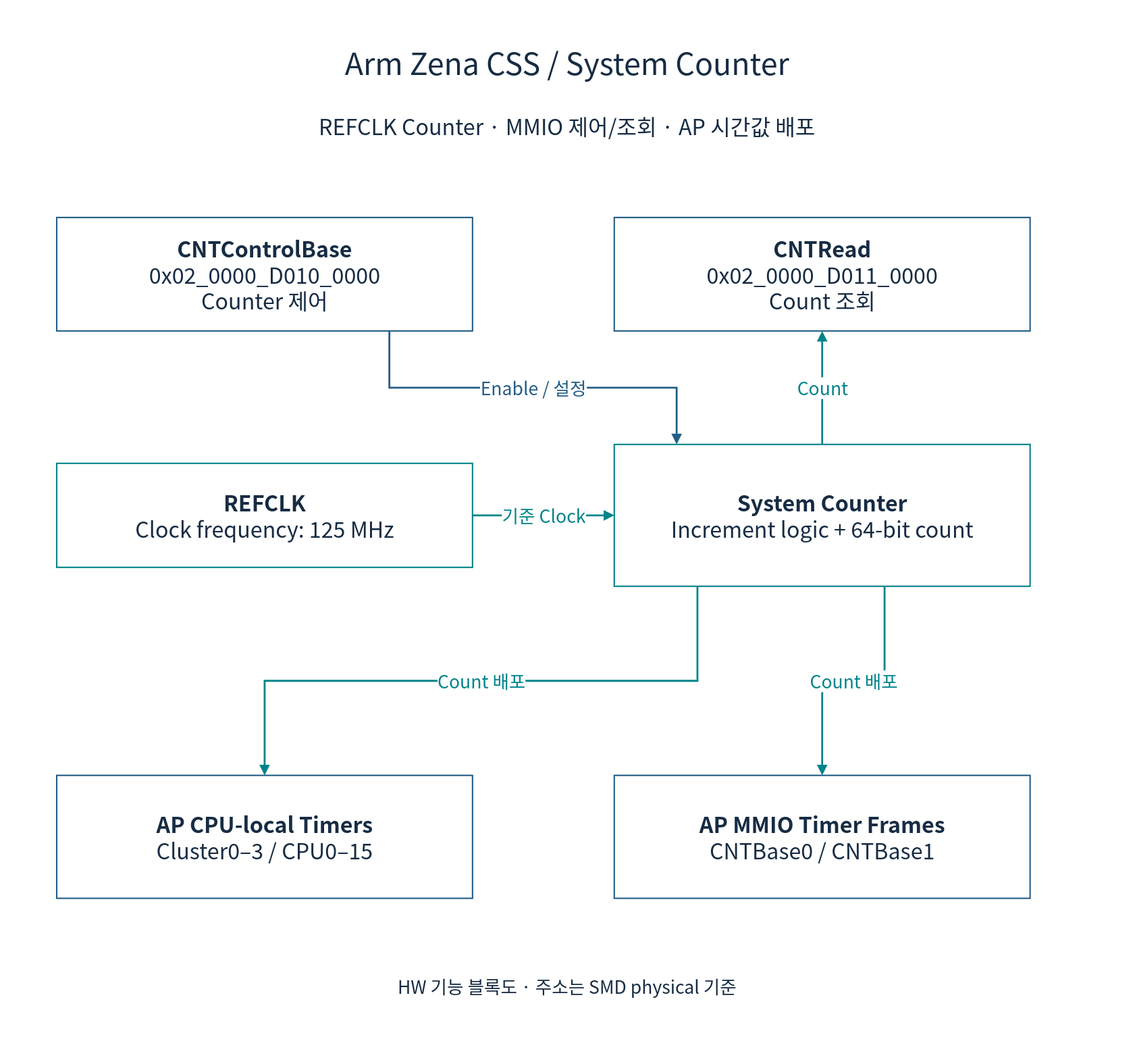
This is doc/phase1/timer/diagrams/01b-ap-counter.drawio.svg from cometzero/project-apollo, a draw.io export, as it was before one commit. Source tidied: cells renumbered, new cells last; positions are measured from the earlier drawing's top-left corner, leaving out a move shared by most shapes.
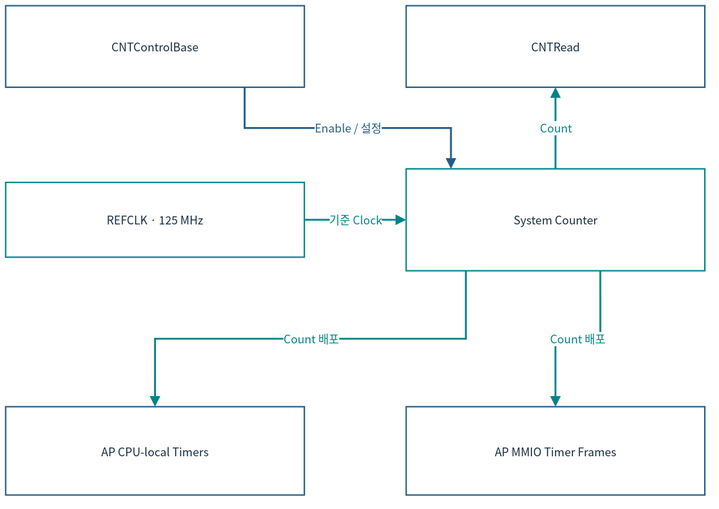
After the commit.

What changed in the source:
```diff
@@ -2,50 +2,38 @@
   <root>
     <mxCell id="0" />
     <mxCell id="1" parent="0" />
-    <mxCell id="2" style="rounded=0;whiteSpace=wrap;html=1;fillColor=#FFFFFF;strokeColor=none;fontColor=#172C43;fontFamily=Noto Sans CJK KR;fontSize=23;spacing=12;strokeWidth=1.5;" parent="1" vertex="1">
-      <mxGeometry width="1200" height="1120" as="geometry" />
-    </mxCell>
-    <mxCell id="3" value="Arm Zena CSS / System Counter" style="rounded=0;whiteSpace=wrap;html=1;fillColor=#FFFFFF;strokeColor=none;fontColor=#172C43;fontFamily=Noto Sans CJK KR;fontSize=23;spacing=12;strokeWidth=1.5;fontSize=32;" parent="1" vertex="1">
-      <mxGeometry x="50" y="35" width="1100" height="60" as="geometry" />
-    </mxCell>
-    <mxCell id="4" value="REFCLK Counter · MMIO 제어/조회 · AP 시간값 배포" style="rounded=0;whiteSpace=wrap;html=1;fillColor=#FFFFFF;strokeColor=none;fontColor=#172C43;fontFamily=Noto Sans CJK KR;fontSize=23;spacing=12;strokeWidth=1.5;" parent="1" vertex="1">
-      <mxGeometry x="50" y="110" width="1100" height="45" as="geometry" />
-    </mxCell>
-    <mxCell id="5" value="&lt;b&gt;CNTControlBase&lt;/b&gt;&lt;br&gt;0x02_0000_D010_0000&lt;br&gt;Counter 제어" style="rounded=0;whiteSpace=wrap;html=1;fillColor=#FFFFFF;strokeColor=#235D86;fontColor=#172C43;fontFamily=Noto Sans CJK KR;fontSize=23;spacing=12;strokeWidth=1.5;" parent="1" vertex="1">
-      <mxGeometry x="60" y="230" width="440" height="120" as="geometry" />
+    <mxCell id="5" value="CNTControlBase" style="rounded=0;whiteSpace=wrap;html=1;fillColor=#FFFFFF;strokeColor=#235D86;fontColor=#172C43;fontFamily=Noto Sans CJK KR;strokeWidth=1.5;fontSize=12;spacing=3;whiteSpace=wrap;" parent="1" vertex="1">
+      <mxGeometry x="12" y="12" width="316.1" height="86.2" as="geometry" />
     </mxCell>
-    <mxCell id="6" value="&lt;b&gt;CNTRead&lt;/b&gt;&lt;br&gt;0x02_0000_D011_0000&lt;br&gt;Count 조회" style="rounded=0;whiteSpace=wrap;html=1;fillColor=#FFFFFF;strokeColor=#235D86;fontColor=#172C43;fontFamily=Noto Sans CJK KR;fontSize=23;spacing=12;strokeWidth=1.5;" parent="1" vertex="1">
-      <mxGeometry x="650" y="230" width="440" height="120" as="geometry" />
+    <mxCell id="6" value="CNTRead" style="rounded=0;whiteSpace=wrap;html=1;fillColor=#FFFFFF;strokeColor=#235D86;fontColor=#172C43;fontFamily=Noto Sans CJK KR;strokeWidth=1.5;fontSize=12;spacing=3;whiteSpace=wrap;" parent="1" vertex="1">
+      <mxGeometry x="435.9" y="12" width="316.1" height="86.2" as="geometry" />
     </mxCell>
-    <mxCell id="7" value="&lt;b&gt;REFCLK&lt;/b&gt;&lt;br&gt;Clock frequency: 125 MHz" style="rounded=0;whiteSpace=wrap;html=1;fillColor=#FFFFFF;strokeColor=#00838A;fontColor=#172C43;fontFamily=Noto Sans CJK KR;fontSize=23;spacing=12;strokeWidth=1.5;" parent="1" vertex="1">
-      <mxGeometry x="60" y="490" width="440" height="110" as="geometry" />
+    <mxCell id="7" value="REFCLK · 125 MHz" style="rounded=0;whiteSpace=wrap;html=1;fillColor=#FFFFFF;strokeColor=#00838A;fontColor=#172C43;fontFamily=Noto Sans CJK KR;strokeWidth=1.5;fontSize=12;spacing=3;whiteSpace=wrap;" parent="1" vertex="1">
+      <mxGeometry x="12" y="198.8" width="316.1" height="79" as="geometry" />
     </mxCell>
-    <mxCell id="8" value="&lt;b&gt;System Counter&lt;/b&gt;&lt;br&gt;Increment logic + 64-bit count" style="rounded=0;whiteSpace=wrap;html=1;fillColor=#FFFFFF;strokeColor=#00838A;fontColor=#172C43;fontFamily=Noto Sans CJK KR;fontSize=23;spacing=12;strokeWidth=1.5;" parent="1" vertex="1">
-      <mxGeometry x="650" y="470" width="440" height="150" as="geometry" />
+    <mxCell id="8" value="System Counter" style="rounded=0;whiteSpace=wrap;html=1;fillColor=#FFFFFF;strokeColor=#00838A;fontColor=#172C43;fontFamily=Noto Sans CJK KR;strokeWidth=1.5;fontSize=12;spacing=3;whiteSpace=wrap;" parent="1" vertex="1">
+      <mxGeometry x="435.9" y="184.4" width="316.1" height="107.8" as="geometry" />
     </mxCell>
-    <mxCell id="9" value="&lt;b&gt;AP CPU-local Timers&lt;/b&gt;&lt;br&gt;Cluster0–3 / CPU0–15" style="rounded=0;whiteSpace=wrap;html=1;fillColor=#FFFFFF;strokeColor=#235D86;fontColor=#172C43;fontFamily=Noto Sans CJK KR;fontSize=23;spacing=12;strokeWidth=1.5;" parent="1" vertex="1">
-      <mxGeometry x="60" y="820" width="440" height="130" as="geometry" />
+    <mxCell id="9" value="AP CPU-local Timers" style="rounded=0;whiteSpace=wrap;html=1;fillColor=#FFFFFF;strokeColor=#235D86;fontColor=#172C43;fontFamily=Noto Sans CJK KR;strokeWidth=1.5;fontSize=12;spacing=3;whiteSpace=wrap;" parent="1" vertex="1">
+      <mxGeometry x="12" y="435.9" width="316.1" height="93.4" as="geometry" />
     </mxCell>
-    <mxCell id="10" value="&lt;b&gt;AP MMIO Timer Frames&lt;/b&gt;&lt;br&gt;CNTBase0 / CNTBase1" style="rounded=0;whiteSpace=wrap;html=1;fillColor=#FFFFFF;strokeColor=#235D86;fontColor=#172C43;fontFamily=Noto Sans CJK KR;fontSize=23;spacing=12;strokeWidth=1.5;" parent="1" vertex="1">
-      <mxGeometry x="650" y="820" width="440" height="130" as="geometry" />
+    <mxCell id="10" value="AP MMIO Timer Frames" style="rounded=0;whiteSpace=wrap;html=1;fillColor=#FFFFFF;strokeColor=#235D86;fontColor=#172C43;fontFamily=Noto Sans CJK KR;strokeWidth=1.5;fontSize=12;spacing=3;whiteSpace=wrap;" parent="1" vertex="1">
+      <mxGeometry x="435.9" y="435.9" width="316.1" height="93.4" as="geometry" />
     </mxCell>
-    <mxCell id="11" value="Enable / 설정" style="edgeStyle=orthogonalEdgeStyle;rounded=0;html=1;endArrow=block;endFill=1;strokeWidth=2;strokeColor=#235D86;fontColor=#235D86;fontFamily=Noto Sans CJK KR;fontSize=19;labelBackgroundColor=#FFFFFF;exitX=0.8;exitY=1;entryX=0.15;entryY=0;" parent="1" edge="1" source="5" target="8">
+    <mxCell id="11" value="Enable / 설정" style="edgeStyle=orthogonalEdgeStyle;rounded=0;html=1;endArrow=block;endFill=1;strokeWidth=2;strokeColor=#235D86;fontColor=#235D86;fontFamily=Noto Sans CJK KR;labelBackgroundColor=#FFFFFF;exitX=0.8;exitY=1;entryX=0.15;entryY=0;fontSize=12;spacing=3;whiteSpace=nowrap;" parent="1" edge="1" source="5" target="8">
       <mxGeometry relative="1" as="geometry" />
     </mxCell>
-    <mxCell id="12" value="Count" style="edgeStyle=orthogonalEdgeStyle;rounded=0;html=1;endArrow=block;endFill=1;strokeWidth=2;strokeColor=#00838A;fontColor=#00838A;fontFamily=Noto Sans CJK KR;fontSize=19;labelBackgroundColor=#FFFFFF;exitX=0.5;exitY=0;entryX=0.5;entryY=1;" parent="1" edge="1" source="8" target="6">
+    <mxCell id="12" value="Count" style="edgeStyle=orthogonalEdgeStyle;rounded=0;html=1;endArrow=block;endFill=1;strokeWidth=2;strokeColor=#00838A;fontColor=#00838A;fontFamily=Noto Sans CJK KR;labelBackgroundColor=#FFFFFF;exitX=0.5;exitY=0;entryX=0.5;entryY=1;fontSize=12;spacing=3;whiteSpace=nowrap;" parent="1" edge="1" source="8" target="6">
       <mxGeometry relative="1" as="geometry" />
     </mxCell>
-    <mxCell id="13" value="기준 Clock" style="edgeStyle=orthogonalEdgeStyle;rounded=0;html=1;endArrow=block;endFill=1;strokeWidth=2;strokeColor=#00838A;fontColor=#00838A;fontFamily=Noto Sans CJK KR;fontSize=19;labelBackgroundColor=#FFFFFF;exitX=1;exitY=0.5;entryX=0;entryY=0.5;" parent="1" edge="1" source="7" target="8">
+    <mxCell id="13" value="기준 Clock" style="edgeStyle=orthogonalEdgeStyle;rounded=0;html=1;endArrow=block;endFill=1;strokeWidth=2;strokeColor=#00838A;fontColor=#00838A;fontFamily=Noto Sans CJK KR;labelBackgroundColor=#FFFFFF;exitX=1;exitY=0.5;entryX=0;entryY=0.5;fontSize=12;spacing=3;whiteSpace=nowrap;" parent="1" edge="1" source="7" target="8">
       <mxGeometry relative="1" as="geometry" />
     </mxCell>
-    <mxCell id="14" value="Count 배포" style="edgeStyle=orthogonalEdgeStyle;rounded=0;html=1;endArrow=block;endFill=1;strokeWidth=2;strokeColor=#00838A;fontColor=#00838A;fontFamily=Noto Sans CJK KR;fontSize=19;labelBackgroundColor=#FFFFFF;exitX=0.2;exitY=1;entryX=0.5;entryY=0;" parent="1" edge="1" source="8" target="9">
+    <mxCell id="14" value="Count 배포" style="edgeStyle=orthogonalEdgeStyle;rounded=0;html=1;endArrow=block;endFill=1;strokeWidth=2;strokeColor=#00838A;fontColor=#00838A;fontFamily=Noto Sans CJK KR;labelBackgroundColor=#FFFFFF;exitX=0.2;exitY=1;entryX=0.5;entryY=0;fontSize=12;spacing=3;whiteSpace=nowrap;" parent="1" edge="1" source="8" target="9">
       <mxGeometry relative="1" as="geometry" />
     </mxCell>
-    <mxCell id="15" value="Count 배포" style="edgeStyle=orthogonalEdgeStyle;rounded=0;html=1;endArrow=block;endFill=1;strokeWidth=2;strokeColor=#00838A;fontColor=#00838A;fontFamily=Noto Sans CJK KR;fontSize=19;labelBackgroundColor=#FFFFFF;exitX=0.65;exitY=1;entryX=0.5;entryY=0;" parent="1" edge="1" source="8" target="10">
+    <mxCell id="15" value="Count 배포" style="edgeStyle=orthogonalEdgeStyle;rounded=0;html=1;endArrow=block;endFill=1;strokeWidth=2;strokeColor=#00838A;fontColor=#00838A;fontFamily=Noto Sans CJK KR;labelBackgroundColor=#FFFFFF;exitX=0.65;exitY=1;entryX=0.5;entryY=0;fontSize=12;spacing=3;whiteSpace=nowrap;" parent="1" edge="1" source="8" target="10">
       <mxGeometry relative="1" as="geometry" />
     </mxCell>
-    <mxCell id="16" value="HW 기능 블록도 · 주소는 SMD physical 기준" style="rounded=0;whiteSpace=wrap;html=1;fillColor=#FFFFFF;strokeColor=none;fontColor=#172C43;fontFamily=Noto Sans CJK KR;fontSize=23;spacing=12;strokeWidth=1.5;fontSize=19;" parent="1" vertex="1">
-      <mxGeometry x="50" y="1020" width="1100" height="45" as="geometry" />
-    </mxCell>
   </root>
 </mxGraphModel>
```
